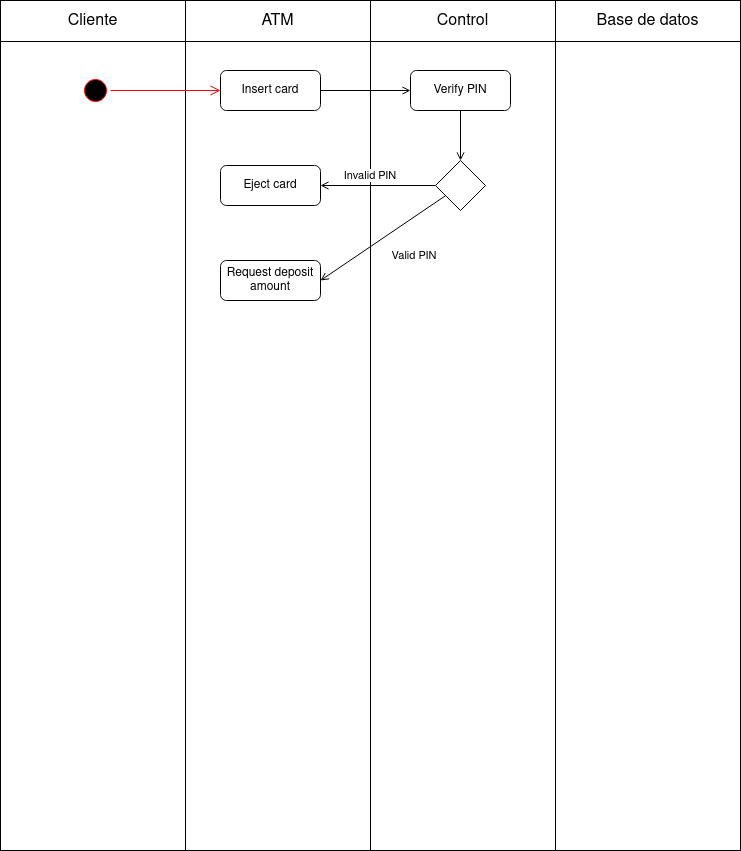
This is diagramas_actividades/cajero_automatico/diagrama-actividades-cajero-automatico.drawio.png from JesusLugo2002/ETS, a draw.io export, as it was before one commit. Source tidied: cells renumbered, new cells last; positions are measured from the earlier drawing's top-left corner, leaving out a move shared by most shapes.
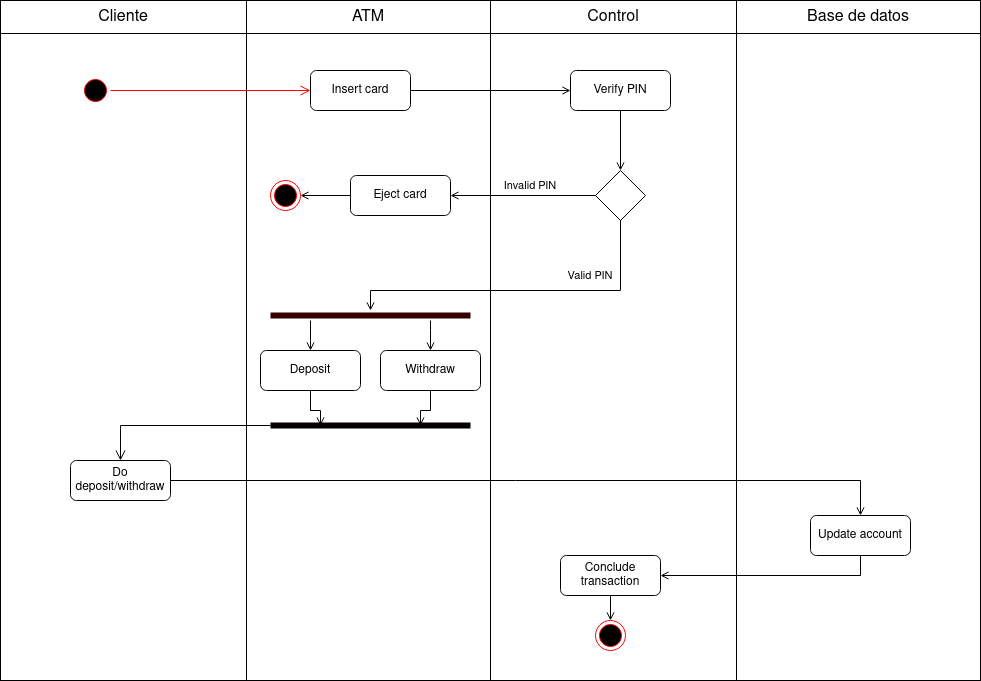
Above is the later version.

Diff of the diagram source:
```diff
@@ -3,37 +3,37 @@
     <mxCell id="0" />
     <mxCell id="1" parent="0" />
     <mxCell id="2" style="shape=table;startSize=0;fontSize=16;" parent="1" vertex="1">
-      <mxGeometry width="740" height="850" as="geometry" />
+      <mxGeometry width="980" height="680" as="geometry" />
     </mxCell>
     <mxCell id="3" style="shape=tableRow;horizontal=0;startSize=0;swimlaneHead=0;swimlaneBody=0;strokeColor=inherit;top=0;left=0;bottom=0;right=0;fillColor=none;fontSize=16;" parent="2" vertex="1">
-      <mxGeometry width="740" height="41" as="geometry" />
+      <mxGeometry width="980" height="33" as="geometry" />
     </mxCell>
     <mxCell id="4" value="Cliente" style="shape=partialRectangle;html=1;whiteSpace=wrap;strokeColor=inherit;overflow=hidden;fillColor=none;top=0;left=0;bottom=0;right=0;fontSize=16;" parent="3" vertex="1">
-      <mxGeometry width="185" height="41" as="geometry" />
+      <mxGeometry width="246" height="33" as="geometry" />
     </mxCell>
     <mxCell id="5" value="ATM" style="shape=partialRectangle;html=1;whiteSpace=wrap;strokeColor=inherit;overflow=hidden;fillColor=none;top=0;left=0;bottom=0;right=0;fontSize=16;" parent="3" vertex="1">
-      <mxGeometry x="185" width="185" height="41" as="geometry" />
+      <mxGeometry x="246" width="244" height="33" as="geometry" />
     </mxCell>
     <mxCell id="6" value="Control" style="shape=partialRectangle;html=1;whiteSpace=wrap;strokeColor=inherit;overflow=hidden;fillColor=none;top=0;left=0;bottom=0;right=0;fontSize=16;" parent="3" vertex="1">
-      <mxGeometry x="370" width="185" height="41" as="geometry" />
+      <mxGeometry x="490" width="246" height="33" as="geometry" />
     </mxCell>
     <mxCell id="7" value="Base de datos" style="shape=partialRectangle;html=1;whiteSpace=wrap;strokeColor=inherit;overflow=hidden;fillColor=none;top=0;left=0;bottom=0;right=0;fontSize=16;" parent="3" vertex="1">
-      <mxGeometry x="555" width="185" height="41" as="geometry" />
+      <mxGeometry x="736" width="244" height="33" as="geometry" />
     </mxCell>
     <mxCell id="8" style="shape=tableRow;horizontal=0;startSize=0;swimlaneHead=0;swimlaneBody=0;strokeColor=inherit;top=0;left=0;bottom=0;right=0;fillColor=none;fontSize=16;" parent="2" vertex="1">
-      <mxGeometry y="41" width="740" height="809" as="geometry" />
+      <mxGeometry y="33" width="980" height="647" as="geometry" />
     </mxCell>
     <mxCell id="9" style="shape=partialRectangle;html=1;whiteSpace=wrap;strokeColor=inherit;overflow=hidden;fillColor=none;top=0;left=0;bottom=0;right=0;fontSize=16;" parent="8" vertex="1">
-      <mxGeometry width="185" height="809" as="geometry" />
+      <mxGeometry width="246" height="647" as="geometry" />
     </mxCell>
     <mxCell id="10" style="shape=partialRectangle;html=1;whiteSpace=wrap;strokeColor=inherit;overflow=hidden;fillColor=none;top=0;left=0;bottom=0;right=0;fontSize=16;" parent="8" vertex="1">
-      <mxGeometry x="185" width="185" height="809" as="geometry" />
+      <mxGeometry x="246" width="244" height="647" as="geometry" />
     </mxCell>
     <mxCell id="11" style="shape=partialRectangle;html=1;whiteSpace=wrap;strokeColor=inherit;overflow=hidden;fillColor=none;top=0;left=0;bottom=0;right=0;fontSize=16;" parent="8" vertex="1">
-      <mxGeometry x="370" width="185" height="809" as="geometry" />
+      <mxGeometry x="490" width="246" height="647" as="geometry" />
     </mxCell>
     <mxCell id="12" style="shape=partialRectangle;html=1;whiteSpace=wrap;strokeColor=inherit;overflow=hidden;fillColor=none;top=0;left=0;bottom=0;right=0;fontSize=16;" parent="8" vertex="1">
-      <mxGeometry x="555" width="185" height="809" as="geometry" />
+      <mxGeometry x="736" width="244" height="647" as="geometry" />
     </mxCell>
     <mxCell id="13" style="ellipse;html=1;shape=startState;fillColor=#000000;strokeColor=#ff0000;" parent="1" vertex="1">
       <mxGeometry x="80" y="75" width="30" height="30" as="geometry" />
@@ -45,34 +45,104 @@
       <mxGeometry relative="1" as="geometry" />
     </mxCell>
     <mxCell id="16" value="Insert card" style="rounded=1;whiteSpace=wrap;html=1;" parent="1" vertex="1">
-      <mxGeometry x="220" y="70" width="100" height="40" as="geometry" />
+      <mxGeometry x="310" y="70" width="100" height="40" as="geometry" />
     </mxCell>
     <mxCell id="17" style="edgeStyle=orthogonalEdgeStyle;rounded=0;jettySize=auto;html=1;entryX=0.5;entryY=0;entryDx=0;entryDy=0;strokeColor=default;align=center;verticalAlign=middle;fontFamily=Helvetica;fontSize=11;fontColor=default;labelBackgroundColor=default;endArrow=open;endFill=0;" parent="1" edge="1" source="18" target="21">
       <mxGeometry relative="1" as="geometry" />
     </mxCell>
     <mxCell id="18" value="Verify PIN" style="rounded=1;whiteSpace=wrap;html=1;" parent="1" vertex="1">
-      <mxGeometry x="410" y="70" width="100" height="40" as="geometry" />
+      <mxGeometry x="570" y="70" width="100" height="40" as="geometry" />
     </mxCell>
     <mxCell id="19" style="edgeStyle=orthogonalEdgeStyle;rounded=0;jettySize=auto;html=1;entryX=1;entryY=0.5;entryDx=0;entryDy=0;strokeColor=default;align=center;verticalAlign=middle;fontFamily=Helvetica;fontSize=11;fontColor=default;labelBackgroundColor=default;endArrow=open;endFill=0;" parent="1" edge="1" source="21" target="22">
       <mxGeometry relative="1" as="geometry" />
     </mxCell>
-    <mxCell id="20" style="rounded=0;jettySize=auto;html=1;entryX=1;entryY=0.5;entryDx=0;entryDy=0;strokeColor=default;align=center;verticalAlign=middle;fontFamily=Helvetica;fontSize=11;fontColor=default;labelBackgroundColor=default;endArrow=open;endFill=0;" parent="1" edge="1" source="21" target="24">
-      <mxGeometry relative="1" as="geometry" />
-    </mxCell>
+    <mxCell id="26" style="edgeStyle=orthogonalEdgeStyle;rounded=0;jettySize=auto;html=1;strokeColor=default;align=center;verticalAlign=middle;fontFamily=Helvetica;fontSize=11;fontColor=default;labelBackgroundColor=default;endArrow=open;endFill=0;" parent="1" edge="1" source="21" target="31">
+      <mxGeometry relative="1" as="geometry">
+        <Array as="points">
+          <mxPoint x="620" y="290" />
+          <mxPoint x="370" y="290" />
+        </Array>
+      </mxGeometry>
+    </mxCell>
     <mxCell id="21" style="rhombus;whiteSpace=wrap;html=1;fontFamily=Helvetica;fontSize=11;fontColor=default;labelBackgroundColor=default;" parent="1" vertex="1">
-      <mxGeometry x="435" y="160" width="50" height="50" as="geometry" />
+      <mxGeometry x="595" y="170" width="50" height="50" as="geometry" />
     </mxCell>
+    <mxCell id="27" style="edgeStyle=orthogonalEdgeStyle;rounded=0;jettySize=auto;html=1;strokeColor=default;align=center;verticalAlign=middle;fontFamily=Helvetica;fontSize=11;fontColor=default;labelBackgroundColor=default;endArrow=open;endFill=0;" parent="1" edge="1" source="22" target="28">
+      <mxGeometry relative="1" as="geometry" />
+    </mxCell>
     <mxCell id="22" value="Eject card" style="rounded=1;whiteSpace=wrap;html=1;" parent="1" vertex="1">
-      <mxGeometry x="220" y="165" width="100" height="40" as="geometry" />
+      <mxGeometry x="350" y="175" width="100" height="40" as="geometry" />
     </mxCell>
     <mxCell id="23" value="Invalid PIN" style="text;html=1;align=center;verticalAlign=middle;whiteSpace=wrap;rounded=0;fontFamily=Helvetica;fontSize=11;fontColor=default;labelBackgroundColor=default;" parent="1" vertex="1">
-      <mxGeometry x="340" y="160" width="60" height="30" as="geometry" />
+      <mxGeometry x="500" y="170" width="60" height="30" as="geometry" />
     </mxCell>
-    <mxCell id="24" value="&lt;div&gt;Request deposit amount&lt;/div&gt;" style="rounded=1;whiteSpace=wrap;html=1;" parent="1" vertex="1">
-      <mxGeometry x="220" y="260" width="100" height="40" as="geometry" />
-    </mxCell>
     <mxCell id="25" value="Valid PIN" style="text;html=1;align=center;verticalAlign=middle;whiteSpace=wrap;rounded=0;fontFamily=Helvetica;fontSize=11;fontColor=default;labelBackgroundColor=default;" parent="1" vertex="1">
-      <mxGeometry x="384" y="240" width="60" height="30" as="geometry" />
+      <mxGeometry x="560" y="260" width="60" height="30" as="geometry" />
     </mxCell>
+    <mxCell id="28" style="ellipse;html=1;shape=endState;fillColor=#000000;strokeColor=#ff0000;fontFamily=Helvetica;fontSize=11;fontColor=default;labelBackgroundColor=default;" parent="1" vertex="1">
+      <mxGeometry x="270" y="180" width="30" height="30" as="geometry" />
+    </mxCell>
+    <mxCell id="29" style="edgeStyle=orthogonalEdgeStyle;rounded=0;jettySize=auto;html=1;entryX=0.5;entryY=0;entryDx=0;entryDy=0;strokeColor=default;align=center;verticalAlign=middle;fontFamily=Helvetica;fontSize=11;fontColor=default;labelBackgroundColor=default;endArrow=open;endFill=0;" parent="1" edge="1" source="31" target="33">
+      <mxGeometry relative="1" as="geometry">
+        <Array as="points">
+          <mxPoint x="430" y="330" />
+          <mxPoint x="430" y="330" />
+        </Array>
+      </mxGeometry>
+    </mxCell>
+    <mxCell id="30" style="edgeStyle=orthogonalEdgeStyle;rounded=0;jettySize=auto;html=1;entryX=0.5;entryY=0;entryDx=0;entryDy=0;strokeColor=default;align=center;verticalAlign=middle;fontFamily=Helvetica;fontSize=11;fontColor=default;labelBackgroundColor=default;endArrow=open;endFill=0;" parent="1" edge="1" source="31" target="32">
+      <mxGeometry relative="1" as="geometry">
+        <Array as="points">
+          <mxPoint x="310" y="340" />
+          <mxPoint x="310" y="340" />
+        </Array>
+      </mxGeometry>
+    </mxCell>
+    <mxCell id="31" style="shape=line;html=1;strokeWidth=6;strokeColor=#360000;fontFamily=Helvetica;fontSize=11;fontColor=default;labelBackgroundColor=default;" parent="1" vertex="1">
+      <mxGeometry x="270" y="310" width="200" height="10" as="geometry" />
+    </mxCell>
+    <mxCell id="32" value="Deposit" style="rounded=1;whiteSpace=wrap;html=1;" parent="1" vertex="1">
+      <mxGeometry x="260" y="350" width="100" height="40" as="geometry" />
+    </mxCell>
+    <mxCell id="33" value="Withdraw" style="rounded=1;whiteSpace=wrap;html=1;" parent="1" vertex="1">
+      <mxGeometry x="380" y="350" width="100" height="40" as="geometry" />
+    </mxCell>
+    <mxCell id="34" style="shape=line;html=1;strokeWidth=6;strokeColor=#050000;fontFamily=Helvetica;fontSize=11;fontColor=default;labelBackgroundColor=default;" parent="1" vertex="1">
+      <mxGeometry x="270" y="420" width="200" height="10" as="geometry" />
+    </mxCell>
+    <mxCell id="35" style="edgeStyle=orthogonalEdgeStyle;html=1;verticalAlign=bottom;endArrow=open;endSize=8;strokeColor=#050000;rounded=0;align=center;fontFamily=Helvetica;fontSize=11;fontColor=default;labelBackgroundColor=default;entryX=0.5;entryY=0;entryDx=0;entryDy=0;" parent="1" edge="1" source="34" target="39">
+      <mxGeometry relative="1" as="geometry" />
+    </mxCell>
+    <mxCell id="36" style="edgeStyle=orthogonalEdgeStyle;rounded=0;jettySize=auto;html=1;entryX=0.25;entryY=0.5;entryDx=0;entryDy=0;entryPerimeter=0;strokeColor=default;align=center;verticalAlign=middle;fontFamily=Helvetica;fontSize=11;fontColor=default;labelBackgroundColor=default;endArrow=open;endFill=0;" parent="1" edge="1" source="32" target="34">
+      <mxGeometry relative="1" as="geometry" />
+    </mxCell>
+    <mxCell id="37" style="edgeStyle=orthogonalEdgeStyle;rounded=0;jettySize=auto;html=1;entryX=0.75;entryY=0.5;entryDx=0;entryDy=0;entryPerimeter=0;strokeColor=default;align=center;verticalAlign=middle;fontFamily=Helvetica;fontSize=11;fontColor=default;labelBackgroundColor=default;endArrow=open;endFill=0;" parent="1" edge="1" source="33" target="34">
+      <mxGeometry relative="1" as="geometry" />
+    </mxCell>
+    <mxCell id="38" style="edgeStyle=orthogonalEdgeStyle;rounded=0;jettySize=auto;html=1;entryX=0.5;entryY=0;entryDx=0;entryDy=0;strokeColor=default;align=center;verticalAlign=middle;fontFamily=Helvetica;fontSize=11;fontColor=default;labelBackgroundColor=default;endArrow=open;endFill=0;" parent="1" edge="1" source="39" target="41">
+      <mxGeometry relative="1" as="geometry" />
+    </mxCell>
+    <mxCell id="39" value="Do deposit/withdraw" style="rounded=1;whiteSpace=wrap;html=1;" parent="1" vertex="1">
+      <mxGeometry x="70" y="460" width="100" height="40" as="geometry" />
+    </mxCell>
+    <mxCell id="40" style="edgeStyle=orthogonalEdgeStyle;rounded=0;jettySize=auto;html=1;entryX=0.5;entryY=0;entryDx=0;entryDy=0;strokeColor=default;align=center;verticalAlign=middle;fontFamily=Helvetica;fontSize=11;fontColor=default;labelBackgroundColor=default;endArrow=open;endFill=0;" parent="1" edge="1" source="44" target="42">
+      <mxGeometry relative="1" as="geometry" />
+    </mxCell>
+    <mxCell id="41" value="Update account" style="rounded=1;whiteSpace=wrap;html=1;" parent="1" vertex="1">
+      <mxGeometry x="810" y="515" width="100" height="40" as="geometry" />
+    </mxCell>
+    <mxCell id="42" style="ellipse;html=1;shape=endState;fillColor=#000000;strokeColor=#ff0000;fontFamily=Helvetica;fontSize=11;fontColor=default;labelBackgroundColor=default;" parent="1" vertex="1">
+      <mxGeometry x="595" y="620" width="30" height="30" as="geometry" />
+    </mxCell>
+    <mxCell id="43" style="edgeStyle=orthogonalEdgeStyle;rounded=0;jettySize=auto;html=1;entryX=1;entryY=0.5;entryDx=0;entryDy=0;strokeColor=default;align=center;verticalAlign=middle;fontFamily=Helvetica;fontSize=11;fontColor=default;labelBackgroundColor=default;endArrow=open;endFill=0;" parent="1" edge="1" source="41" target="44">
+      <mxGeometry relative="1" as="geometry">
+        <Array as="points">
+          <mxPoint x="860" y="575" />
+        </Array>
+      </mxGeometry>
+    </mxCell>
+    <mxCell id="44" value="Conclude transaction" style="rounded=1;whiteSpace=wrap;html=1;" parent="1" vertex="1">
+      <mxGeometry x="560" y="555" width="100" height="40" as="geometry" />
+    </mxCell>
   </root>
 </mxGraphModel>
```
